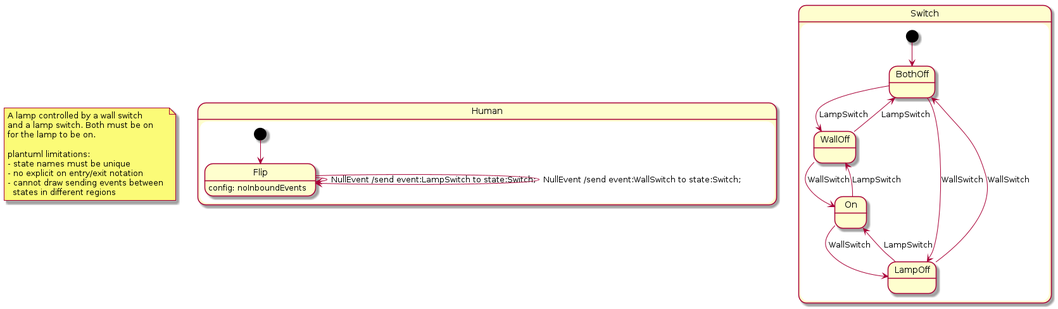
Before: plantuml/switch/switch.png, a diagram exported from PlantUML (melintea/upml). Its source is kept beside it as plantuml/switch/switch.plantuml.
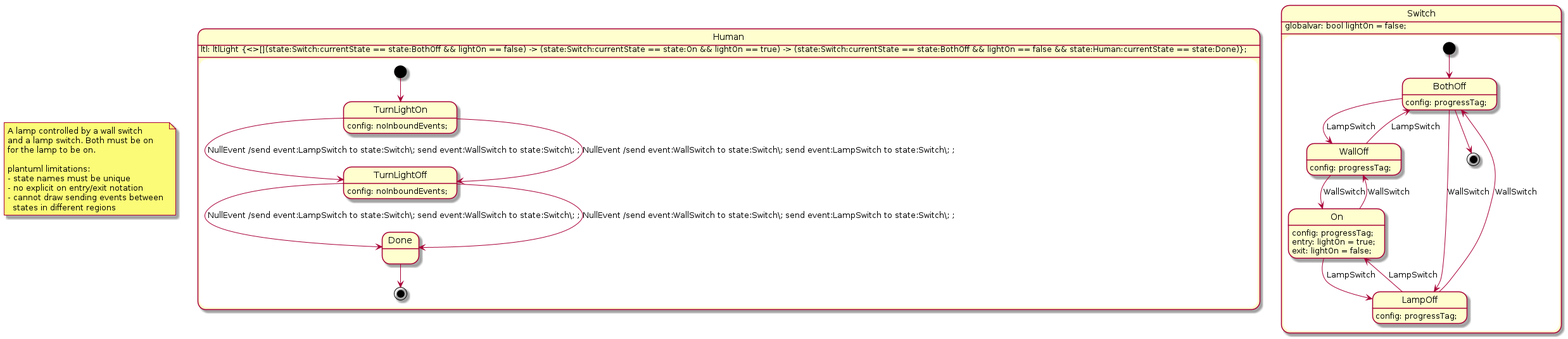
The same file after the commit.

Commit message:
switch rework

Diff of the diagram source:
```diff
@@ -16,34 +16,45 @@
 
 state Human {
 
-[*] --> Flip
-Flip: config: noInboundEvents;
-Flip --> Flip : NullEvent /send event:LampSwitch to state:Switch;
-Flip --> Flip : NullEvent /send event:WallSwitch to state:Switch;
+[*] --> TurnLightOn
+TurnLightOn: config: noInboundEvents;
+TurnLightOn --> TurnLightOff : NullEvent /send event:LampSwitch to state:Switch\; send event:WallSwitch to state:Switch\; ;
+TurnLightOn --> TurnLightOff : NullEvent /send event:WallSwitch to state:Switch\; send event:LampSwitch to state:Switch\; ;
 
+TurnLightOff: config: noInboundEvents;
+TurnLightOff --> Done : NullEvent /send event:LampSwitch to state:Switch\; send event:WallSwitch to state:Switch\; ;
+TurnLightOff --> Done : NullEvent /send event:WallSwitch to state:Switch\; send event:LampSwitch to state:Switch\; ;
+
+Done --> [*]
+
+Human: ltl: ltlLight {<>[](state:Switch:currentState == state:BothOff && lightOn == false) -> (state:Switch:currentState == state:On && lightOn == true) -> (state:Switch:currentState == state:BothOff && lightOn == false && state:Human:currentState == state:Done)};
 }
 
 
 
 state Switch {
 
+Switch: globalvar: bool lightOn = false;
+
 [*] --> BothOff
 BothOff: config: progressTag;
 BothOff --> WallOff : LampSwitch
-WallOff --> BothOff : LampSwitch
-
 BothOff --> LampOff : WallSwitch
-LampOff --> BothOff : WallSwitch
+BothOff --> [*]
 
 WallOff: config: progressTag;
 WallOff --> On : WallSwitch
-On --> WallOff : LampSwitch
+WallOff --> BothOff : LampSwitch
 
+LampOff --> BothOff : WallSwitch
+LampOff --> On : LampSwitch
 LampOff: config: progressTag;
-LampOff --> On : LampSwitch
 
+On --> WallOff : WallSwitch
+On --> LampOff : LampSwitch
 On: config: progressTag;
-On --> LampOff : WallSwitch
+On:entry: lightOn = true;
+On:exit: lightOn = false;
 
 }
 
```
